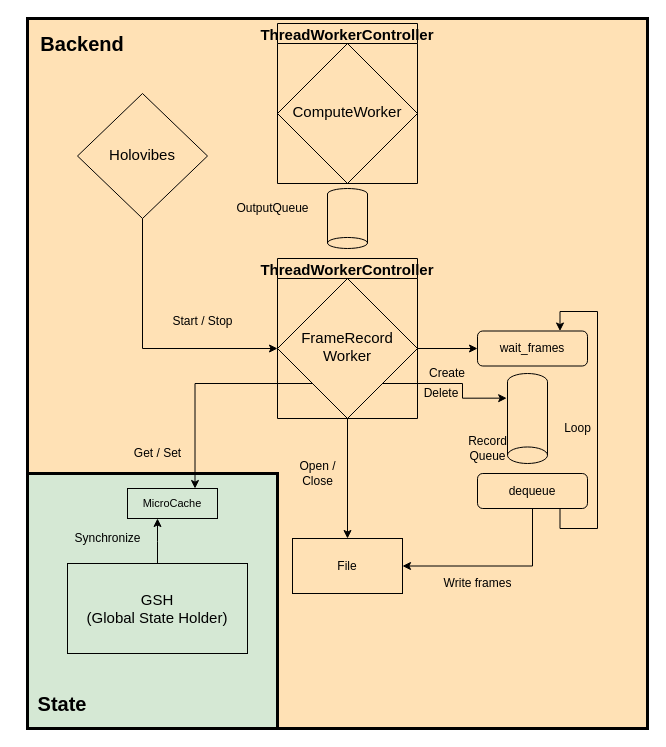
Above: docs/Flowchart/FrameRecordWorker.drawio in DigitalHolography/Holovibes (draw.io), before the change. Source tidied: cells renumbered, new cells numbered last; positions are measured from the earlier drawing's top-left corner, leaving out a move shared by most shapes. Both pictures are drawn from the tidied source at 100%, with x=0, y=0 at pixel (17, 18).
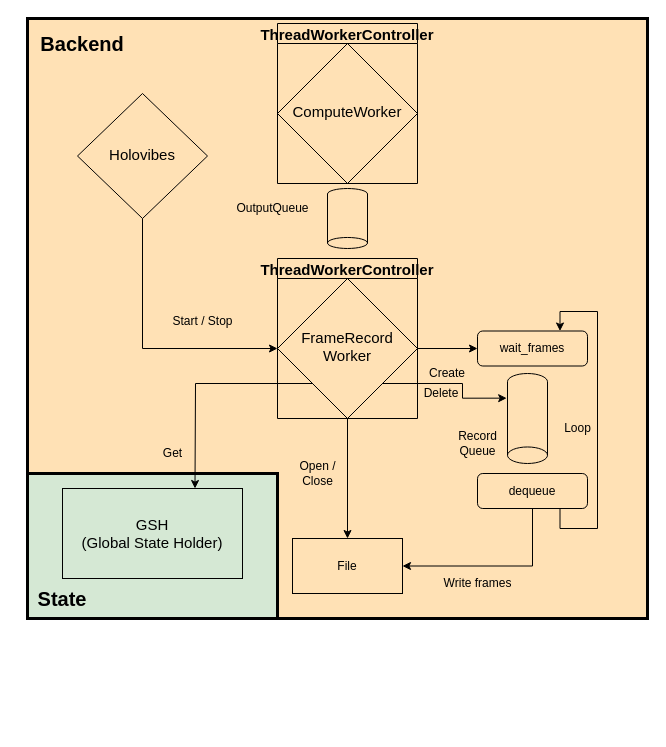
The same diagram, later.

Unchanged cells that the change refers to:
```xml
<mxCell id="7" value="&lt;div style=&quot;font-size: 15px&quot;&gt;FrameRecord&lt;br&gt;Worker&lt;/div&gt;" style="rhombus;whiteSpace=wrap;html=1;shadow=0;fontFamily=Helvetica;fontSize=15;align=center;strokeWidth=1;spacing=6;spacingTop=-4;direction=west;fillColor=none;" parent="6" vertex="1">
  <mxGeometry y="20" width="140" height="140" as="geometry" />
</mxCell>
```

Diff of the diagram source:
```diff
@@
     <mxCell id="2" style="rounded=0;whiteSpace=wrap;html=1;strokeWidth=3;fillColor=#FFE1B5;" parent="1" vertex="1">
-      <mxGeometry x="10" width="620" height="710" as="geometry" />
+      <mxGeometry x="10" width="620" height="600" as="geometry" />
     </mxCell>
     <mxCell id="3" style="rounded=0;whiteSpace=wrap;html=1;fillColor=#D5E8D4;strokeWidth=3;" parent="1" vertex="1">
-      <mxGeometry x="10" y="455" width="250" height="255" as="geometry" />
+      <mxGeometry x="10" y="455" width="250" height="145" as="geometry" />
     </mxCell>
@@
-    <mxCell id="8" value="MicroCache" style="rounded=0;whiteSpace=wrap;html=1;fontSize=11;strokeColor=#000000;strokeWidth=1;fillColor=none;" parent="1" vertex="1">
-      <mxGeometry x="110" y="470" width="90" height="30" as="geometry" />
-    </mxCell>
-    <mxCell id="9" value="Get / Set" style="text;html=1;align=center;verticalAlign=middle;strokeColor=none;fillColor=none;" parent="1" vertex="1">
-      <mxGeometry x="110" y="425" width="60" height="20" as="geometry" />
+    <mxCell id="9" value="Get" style="text;html=1;align=center;verticalAlign=middle;strokeColor=none;fillColor=none;" parent="1" vertex="1">
+      <mxGeometry x="140" y="425" width="30" height="20" as="geometry" />
     </mxCell>
-    <mxCell id="10" style="edgeStyle=orthogonalEdgeStyle;rounded=0;jettySize=auto;html=1;exitX=0.5;exitY=0;exitDx=0;exitDy=0;" parent="1" edge="1" source="11">
-      <mxGeometry relative="1" as="geometry">
-        <mxPoint x="140" y="500" as="targetPoint" />
-      </mxGeometry>
-    </mxCell>
     <mxCell id="11" value="&lt;div style=&quot;font-size: 15px;&quot;&gt;GSH&lt;/div&gt;(Global State Holder)" style="whiteSpace=wrap;html=1;fontSize=15;fillColor=none;" parent="1" vertex="1">
-      <mxGeometry x="50" y="545" width="180" height="90" as="geometry" />
+      <mxGeometry x="45" y="470" width="180" height="90" as="geometry" />
     </mxCell>
-    <mxCell id="12" value="Synchronize" style="text;html=1;align=center;verticalAlign=middle;strokeColor=none;fillColor=none;" parent="1" vertex="1">
-      <mxGeometry x="50" y="510" width="80" height="20" as="geometry" />
-    </mxCell>
@@
-    <mxCell id="22" style="edgeStyle=orthogonalEdgeStyle;rounded=0;jettySize=auto;html=1;exitX=1;exitY=0;exitDx=0;exitDy=0;entryX=0.75;entryY=0;entryDx=0;entryDy=0;" parent="1" edge="1" source="7" target="8">
-      <mxGeometry relative="1" as="geometry" />
+    <mxCell id="22" style="edgeStyle=orthogonalEdgeStyle;rounded=0;jettySize=auto;html=1;exitX=1;exitY=0;exitDx=0;exitDy=0;entryX=0.75;entryY=0;entryDx=0;entryDy=0;" parent="1" edge="1" source="7">
+      <mxGeometry relative="1" as="geometry">
+        <mxPoint x="177.5" y="470" as="targetPoint" />
+      </mxGeometry>
     </mxCell>
     <mxCell id="23" value="&lt;font style=&quot;font-size: 20px&quot;&gt;&lt;b&gt;State&lt;/b&gt;&lt;/font&gt;" style="text;html=1;strokeColor=none;fillColor=none;align=center;verticalAlign=middle;whiteSpace=wrap;rounded=0;labelBackgroundColor=none;fontSize=14;fontColor=default;" parent="1" vertex="1">
-      <mxGeometry y="660" width="90" height="50" as="geometry" />
+      <mxGeometry y="555" width="90" height="50" as="geometry" />
     </mxCell>
@@
     <mxCell id="28" value="Record&lt;br&gt;Queue" style="text;html=1;align=center;verticalAlign=middle;strokeColor=none;fillColor=none;" parent="1" vertex="1">
-      <mxGeometry x="440" y="415" width="60" height="30" as="geometry" />
+      <mxGeometry x="430" y="410" width="60" height="30" as="geometry" />
     </mxCell>
```
